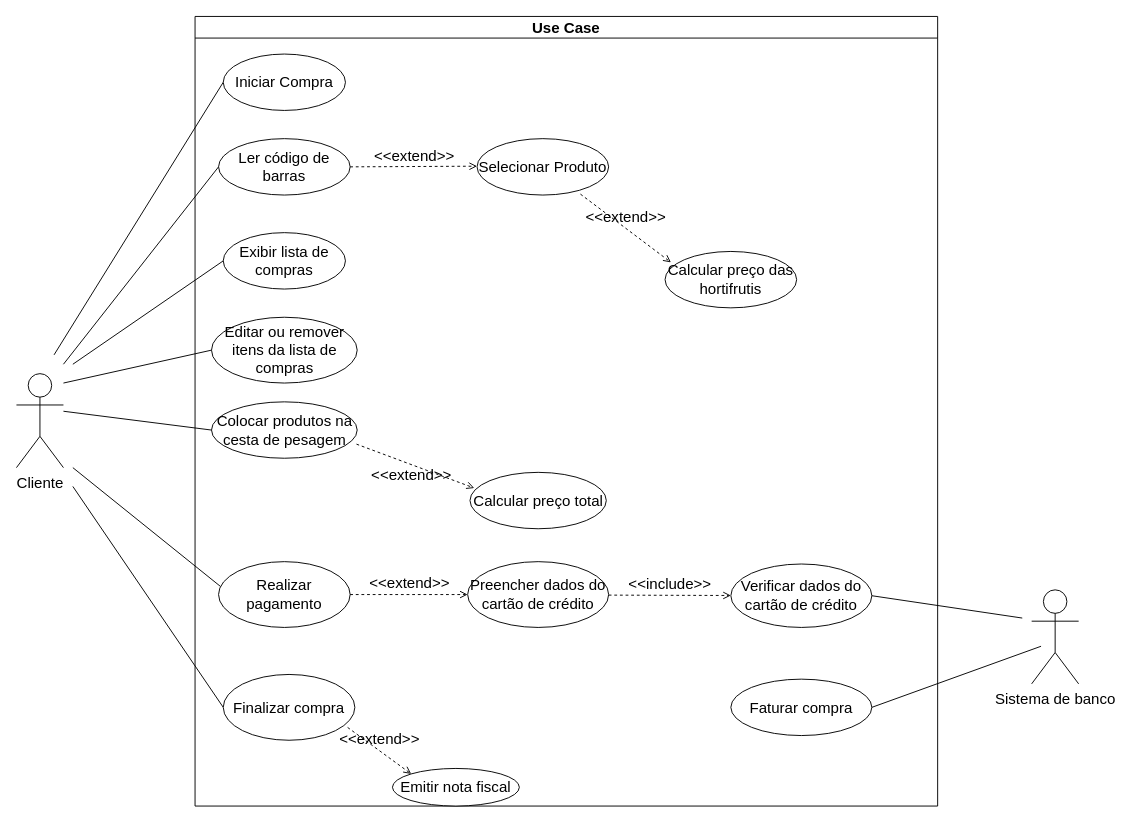
This is Caso de uso.drawio from guuisouza/UML-Software-Enginer, a draw.io file, before an edit. Source tidied: cells renumbered, new cells numbered last; positions are measured from the earlier drawing's top-left corner, leaving out a move shared by most shapes. Both pictures are drawn from the tidied source at 94%, with x=0, y=0 at pixel (16, 16).
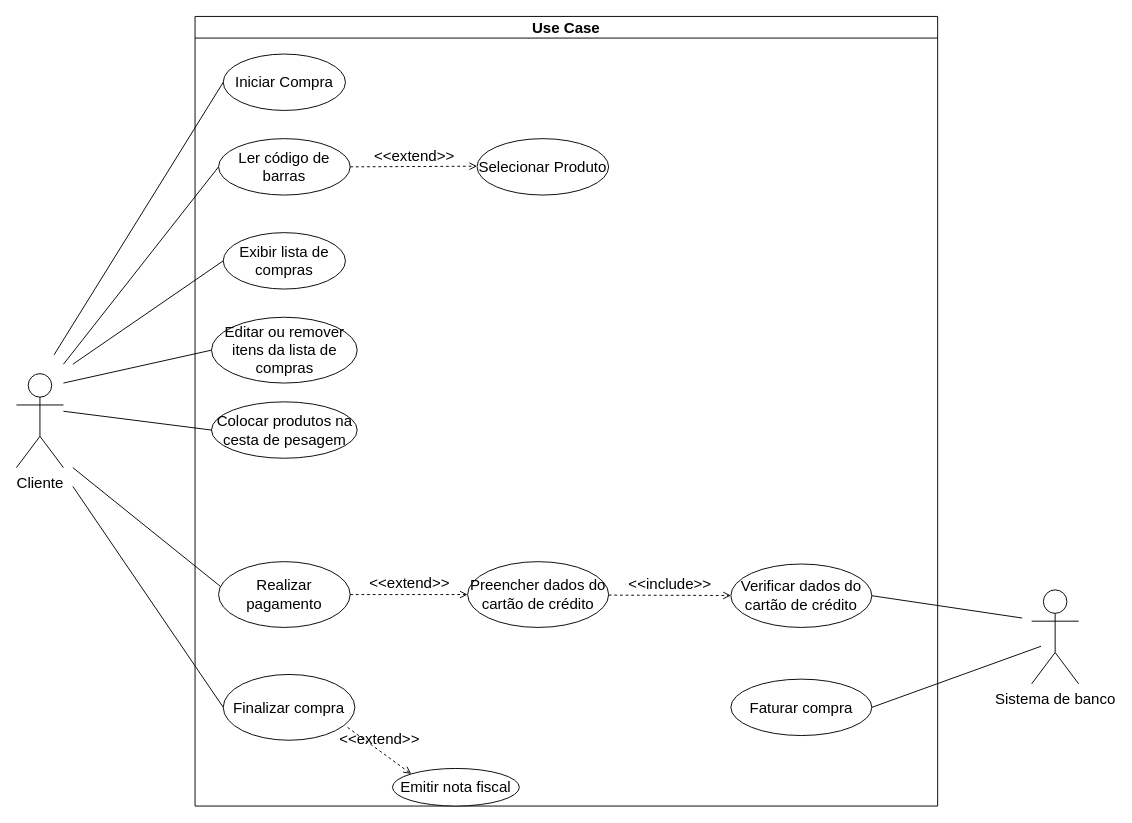
The same diagram, later.

Unchanged cells that the change refers to:
```xml
<mxCell id="10" value="Use Case" style="swimlane;fontSize=16;" parent="1" vertex="1">
  <mxGeometry x="190" width="790" height="840" as="geometry" />
</mxCell>
<mxCell id="16" value="Colocar produtos na cesta de pesagem" style="ellipse;whiteSpace=wrap;html=1;fontSize=16;" parent="10" vertex="1">
  <mxGeometry x="17.5" y="410" width="155" height="60" as="geometry" />
</mxCell>
```

What changed in the source:
```diff
@@
-    <mxCell id="17" value="Calcular preço total" style="ellipse;whiteSpace=wrap;html=1;fontSize=16;" parent="10" vertex="1">
-      <mxGeometry x="292.5" y="485" width="145" height="60" as="geometry" />
-    </mxCell>
@@
-    <mxCell id="23" value="Calcular preço das hortifrutis" style="ellipse;whiteSpace=wrap;html=1;fontSize=16;" parent="10" vertex="1">
-      <mxGeometry x="500" y="250" width="140" height="60" as="geometry" />
-    </mxCell>
@@
-    <mxCell id="25" value="&amp;lt;&amp;lt;extend&amp;gt;&amp;gt;" style="html=1;verticalAlign=bottom;labelBackgroundColor=none;endArrow=open;endFill=0;dashed=1;rounded=0;fontSize=16;entryX=0.045;entryY=0.194;entryDx=0;entryDy=0;entryPerimeter=0;" parent="10" edge="1" target="23">
-      <mxGeometry relative="1" as="geometry">
-        <mxPoint x="410" y="189" as="sourcePoint" />
-      </mxGeometry>
-    </mxCell>
@@
-    <mxCell id="27" value="&amp;lt;&amp;lt;extend&amp;gt;&amp;gt;" style="html=1;verticalAlign=bottom;labelBackgroundColor=none;endArrow=open;endFill=0;dashed=1;rounded=0;fontSize=16;entryX=0.031;entryY=0.278;entryDx=0;entryDy=0;entryPerimeter=0;exitX=0.995;exitY=0.75;exitDx=0;exitDy=0;exitPerimeter=0;" parent="10" edge="1" source="16" target="17">
-      <mxGeometry x="0.05" y="-22" relative="1" as="geometry" />
-    </mxCell>
```
